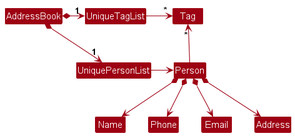
The PlantUML diagram docs/images/BetterModelClassDiagram.png in nus-cs2103-AY2425S1/tp, before a commit.
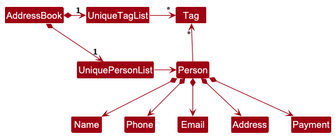
Above is the later version.

The edit, as a diff of the source:
```diff
@@ -18,4 +18,5 @@
 Person *--> Phone
 Person *--> Email
 Person *--> Address
+Person *--> Payment
 @enduml
```
